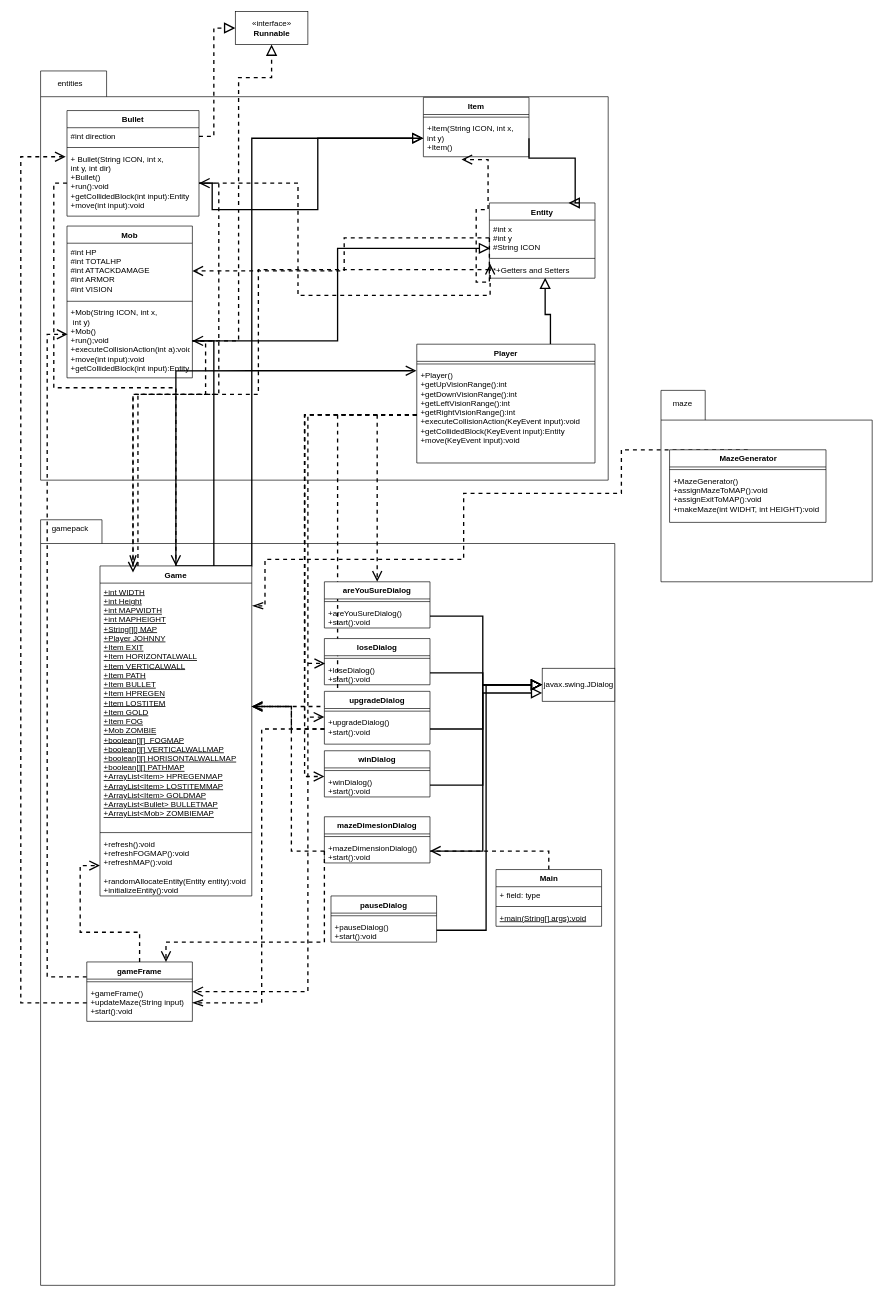
Above: MazeRunnerDiagram.drawio in Sebulon/Analyzing_Maze_Runner (draw.io), before the change. Source tidied: cells renumbered, new cells numbered last; positions are measured from the earlier drawing's top-left corner, leaving out a move shared by most shapes. Both pictures are drawn from the tidied source at 66%, with x=0, y=0 at pixel (20, 11).
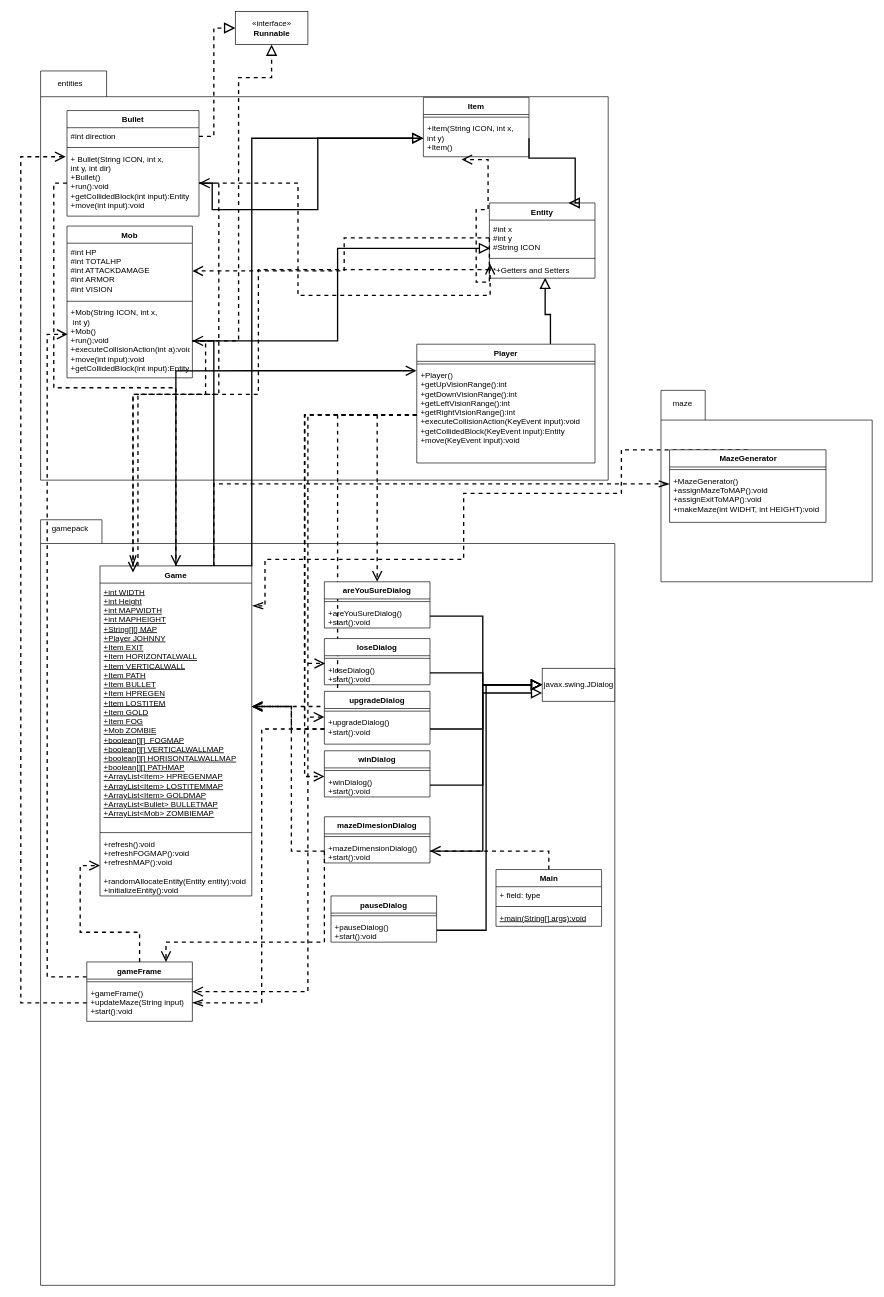
Above is the later version.

The change refers to these unchanged cells:
```xml
<mxCell id="22" value="Game" style="swimlane;fontStyle=1;align=center;verticalAlign=top;horizontal=1;startSize=26;" parent="1" vertex="1">
  <mxGeometry x="120" y="840" width="230" height="500" as="geometry" />
</mxCell>
<mxCell id="96" value="+MazeGenerator()&#10;+assignMazeToMAP():void&#10;+assignExitToMAP():void&#10;+makeMaze(int WIDHT, int HEIGHT):void" style="text;strokeColor=none;fillColor=none;align=left;verticalAlign=top;spacingLeft=4;spacingRight=4;overflow=hidden;points=[[0,0.5],[1,0.5]];portConstraint=eastwest;" parent="94" vertex="1">
  <mxGeometry y="34" width="237" height="76" as="geometry" />
</mxCell>
```

What changed in the source:
```diff
@@
+    <mxCell id="97" style="edgeStyle=orthogonalEdgeStyle;rounded=0;jumpSize=6;jettySize=auto;html=1;exitX=0.75;exitY=0;exitDx=0;exitDy=0;entryX=-0.001;entryY=0.233;entryDx=0;entryDy=0;entryPerimeter=0;dashed=1;endArrow=openThin;endFill=0;endSize=12;targetPerimeterSpacing=0;strokeWidth=2;" parent="1" edge="1" source="22" target="96">
+      <mxGeometry relative="1" as="geometry" />
+    </mxCell>
```
